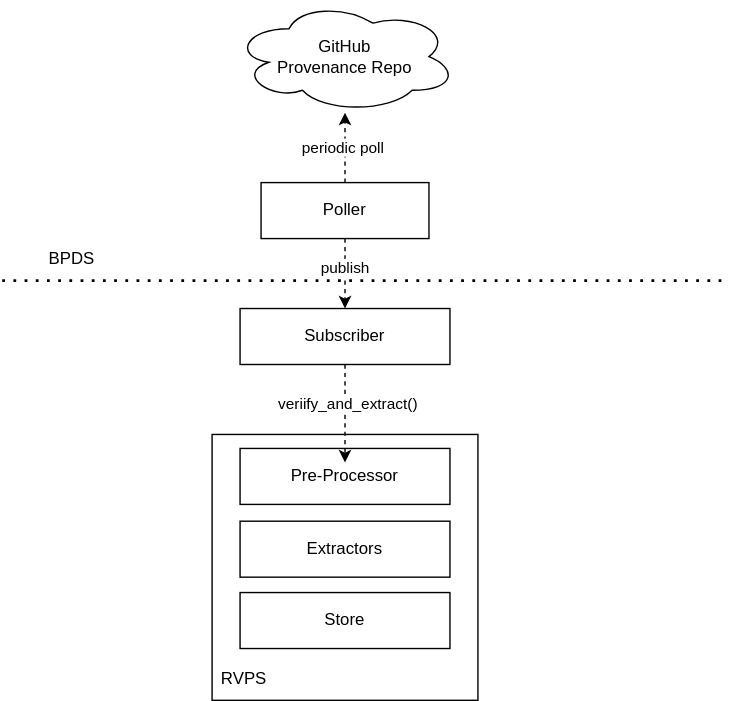
Before: docs/reference_value_publish.svg, a diagram exported from draw.io (confidential-containers/attestation-service). Source tidied: cells renumbered, new cells last; positions are measured from the earlier drawing's top-left corner, leaving out a move shared by most shapes. Its diagram source:
```xml
<mxGraphModel>
  <root>
    <mxCell id="0" />
    <mxCell id="1" parent="0" />
    <mxCell id="2" value="GitHub&lt;br&gt;Provenance Repo" style="ellipse;shape=cloud;whiteSpace=wrap;html=1;" parent="1" vertex="1">
      <mxGeometry x="165" width="160" height="80" as="geometry" />
    </mxCell>
    <mxCell id="3" value="periodic poll&amp;nbsp;" style="edgeStyle=orthogonalEdgeStyle;rounded=0;jettySize=auto;html=1;dashed=1;startArrow=none;startFill=0;" parent="1" edge="1" source="4" target="2">
      <mxGeometry relative="1" as="geometry" />
    </mxCell>
    <mxCell id="4" value="Poller" style="rounded=0;whiteSpace=wrap;html=1;" parent="1" vertex="1">
      <mxGeometry x="185" y="130" width="120" height="40" as="geometry" />
    </mxCell>
    <mxCell id="5" style="endArrow=none;dashed=1;html=1;dashPattern=1 3;strokeWidth=2;rounded=0;" parent="1" edge="1">
      <mxGeometry relative="1" as="geometry">
        <mxPoint y="200" as="sourcePoint" />
        <mxPoint x="520" y="200" as="targetPoint" />
      </mxGeometry>
    </mxCell>
    <mxCell id="6" value="BPDS" style="text;html=1;strokeColor=none;fillColor=none;align=center;verticalAlign=middle;whiteSpace=wrap;rounded=0;" parent="1" vertex="1">
      <mxGeometry x="20" y="170" width="60" height="30" as="geometry" />
    </mxCell>
    <mxCell id="7" style="rounded=0;whiteSpace=wrap;html=1;" parent="1" vertex="1">
      <mxGeometry x="150" y="310" width="190" height="190" as="geometry" />
    </mxCell>
    <mxCell id="8" value="RVPS" style="text;html=1;strokeColor=none;fillColor=none;align=center;verticalAlign=middle;whiteSpace=wrap;rounded=0;" parent="1" vertex="1">
      <mxGeometry x="143" y="470" width="60" height="30" as="geometry" />
    </mxCell>
    <mxCell id="9" value="Pre-Processor" style="rounded=0;whiteSpace=wrap;html=1;" parent="1" vertex="1">
      <mxGeometry x="170" y="320" width="150" height="40" as="geometry" />
    </mxCell>
    <mxCell id="10" value="Extractors" style="rounded=0;whiteSpace=wrap;html=1;" parent="1" vertex="1">
      <mxGeometry x="170" y="372" width="150" height="40" as="geometry" />
    </mxCell>
    <mxCell id="11" value="Store" style="rounded=0;whiteSpace=wrap;html=1;" parent="1" vertex="1">
      <mxGeometry x="170" y="423" width="150" height="40" as="geometry" />
    </mxCell>
    <mxCell id="12" value="publish" style="edgeStyle=orthogonalEdgeStyle;rounded=0;jettySize=auto;html=1;dashed=1;startArrow=none;startFill=0;exitX=0.5;exitY=1;exitDx=0;exitDy=0;" parent="1" edge="1" source="4">
      <mxGeometry x="-0.14" relative="1" as="geometry">
        <mxPoint x="245" y="220" as="targetPoint" />
      </mxGeometry>
    </mxCell>
    <mxCell id="13" style="edgeStyle=orthogonalEdgeStyle;rounded=0;jettySize=auto;html=1;dashed=1;startArrow=none;startFill=0;" parent="1" edge="1" source="15">
      <mxGeometry relative="1" as="geometry">
        <mxPoint x="245" y="330" as="targetPoint" />
      </mxGeometry>
    </mxCell>
    <mxCell id="14" value="veriify_and_extract()" style="edgeLabel;html=1;align=center;verticalAlign=middle;" parent="13" vertex="1">
      <mxGeometry x="-0.24" y="1" relative="1" as="geometry">
        <mxPoint y="1" as="offset" />
      </mxGeometry>
    </mxCell>
    <mxCell id="15" value="Subscriber" style="rounded=0;whiteSpace=wrap;html=1;" parent="1" vertex="1">
      <mxGeometry x="170" y="220" width="150" height="40" as="geometry" />
    </mxCell>
  </root>
</mxGraphModel>
```
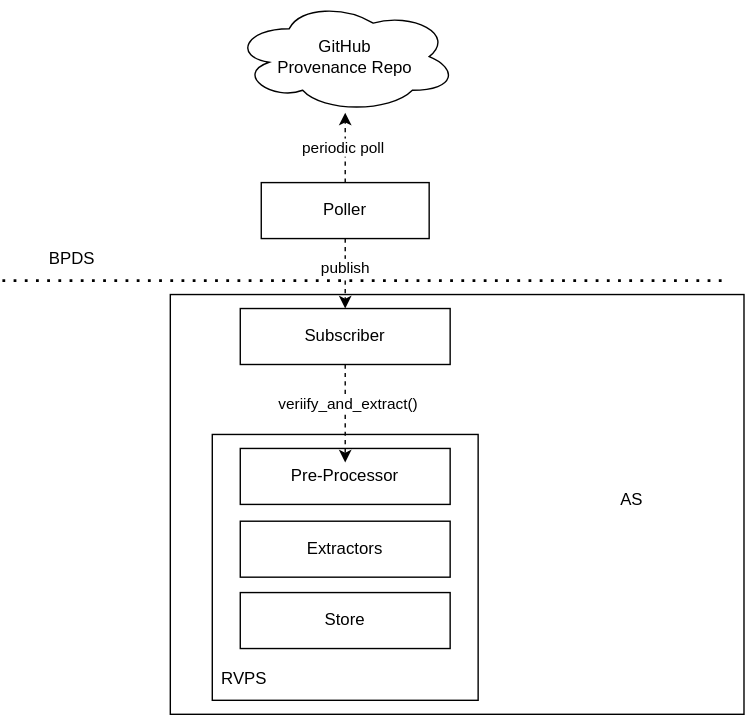
The same diagram one commit later.

Diff of the diagram source:
```diff
@@ -2,6 +2,9 @@
   <root>
     <mxCell id="0" />
     <mxCell id="1" parent="0" />
+    <mxCell id="16" style="rounded=0;whiteSpace=wrap;html=1;" parent="1" vertex="1">
+      <mxGeometry x="120" y="210" width="410" height="300" as="geometry" />
+    </mxCell>
     <mxCell id="2" value="GitHub&lt;br&gt;Provenance Repo" style="ellipse;shape=cloud;whiteSpace=wrap;html=1;" parent="1" vertex="1">
       <mxGeometry x="165" width="160" height="80" as="geometry" />
     </mxCell>
@@ -53,5 +56,8 @@
     <mxCell id="15" value="Subscriber" style="rounded=0;whiteSpace=wrap;html=1;" parent="1" vertex="1">
       <mxGeometry x="170" y="220" width="150" height="40" as="geometry" />
     </mxCell>
+    <mxCell id="17" value="AS" style="text;html=1;strokeColor=none;fillColor=none;align=center;verticalAlign=middle;whiteSpace=wrap;rounded=0;" parent="1" vertex="1">
+      <mxGeometry x="420" y="342" width="60" height="30" as="geometry" />
+    </mxCell>
   </root>
 </mxGraphModel>
```
